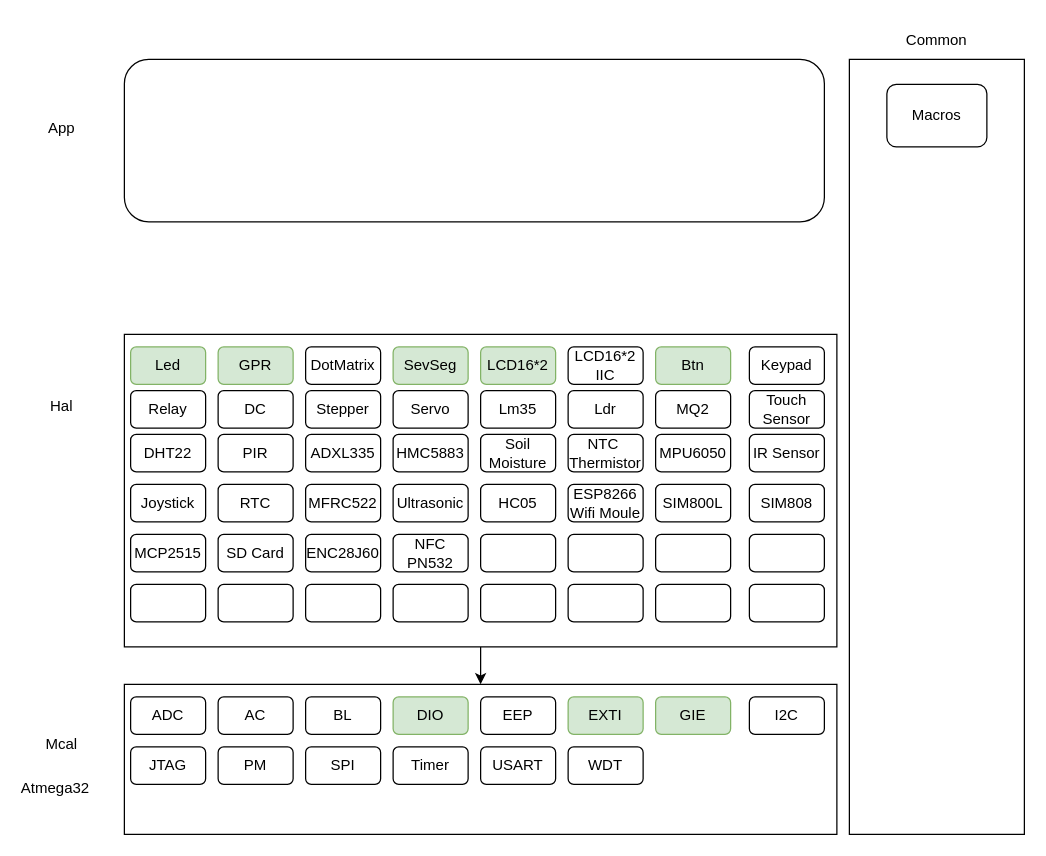
This is Layer.drawio from Hisham4Ahmed/Driver_Reference, a draw.io file, before an edit. Source tidied: cells renumbered, new cells numbered last; positions are measured from the earlier drawing's top-left corner, leaving out a move shared by most shapes. Both pictures are drawn from the tidied source at 125%, with x=0, y=0 at pixel (24, 21).
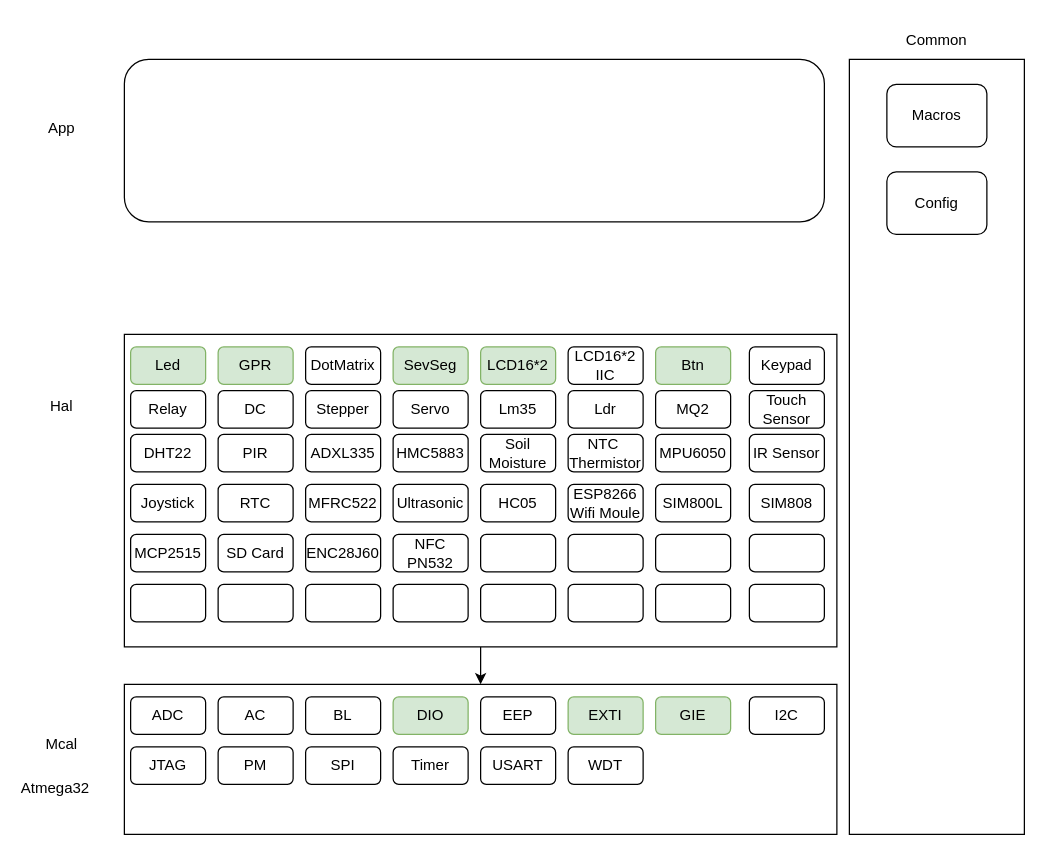
Above is the later version.

The edit, as a diff of the source:
```diff
@@
+    <mxCell id="75" value="Config" style="rounded=1;whiteSpace=wrap;html=1;" parent="1" vertex="1">
+      <mxGeometry x="690" y="120" width="80" height="50" as="geometry" />
+    </mxCell>
```
